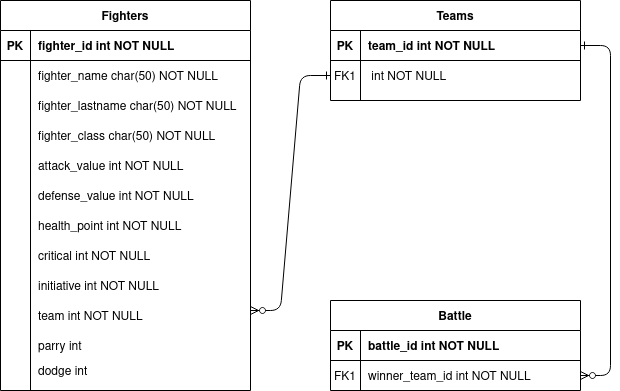
nomisirenh/auto_combat_game keeps this draw.io diagram as uml_database.drawio.png. Above is the earlier version. Source tidied: cells renumbered, new cells last; positions are measured from the earlier drawing's top-left corner, leaving out a move shared by most shapes.
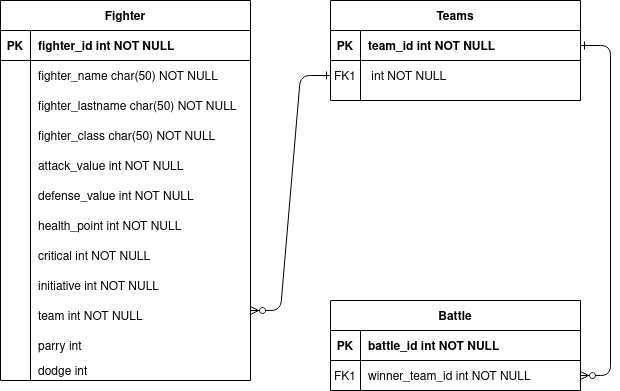
Later version of the same file.

What changed in the source:
```diff
@@ -53,8 +53,8 @@
     <mxCell id="17" value="winner_team_id int NOT NULL" style="shape=partialRectangle;overflow=hidden;fillColor=none;top=0;left=0;bottom=0;right=0;align=left;spacingLeft=6;" parent="15" vertex="1">
       <mxGeometry x="30" width="220" height="30" as="geometry" />
     </mxCell>
-    <mxCell id="18" value="Fighters" style="shape=table;startSize=30;rowLines=0;fontStyle=1;align=center;" parent="1" vertex="1">
-      <mxGeometry width="250" height="390" as="geometry" />
+    <mxCell id="18" value="Fighter" style="shape=table;startSize=30;rowLines=0;fontStyle=1;align=center;" parent="1" vertex="1">
+      <mxGeometry width="250" height="380" as="geometry" />
     </mxCell>
     <mxCell id="19" style="shape=partialRectangle;fillColor=none;top=0;left=0;right=0;bottom=1;" parent="18" vertex="1">
       <mxGeometry y="30" width="250" height="30" as="geometry" />
```
